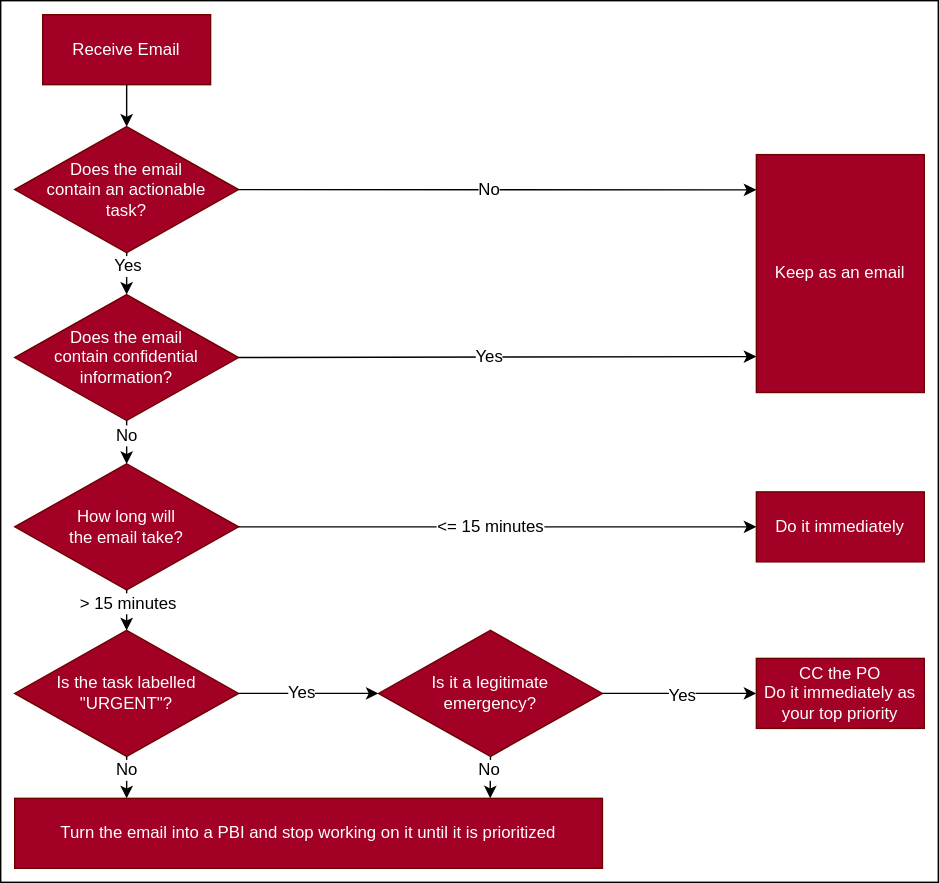
Before: rules/turn-emails-into-pbis/urgent-flowchart.drawio.svg, a diagram exported from draw.io (SSWConsulting/SSW.Rules.Content). Source tidied: cells renumbered, new cells last; positions are measured from the earlier drawing's top-left corner, leaving out a move shared by most shapes.
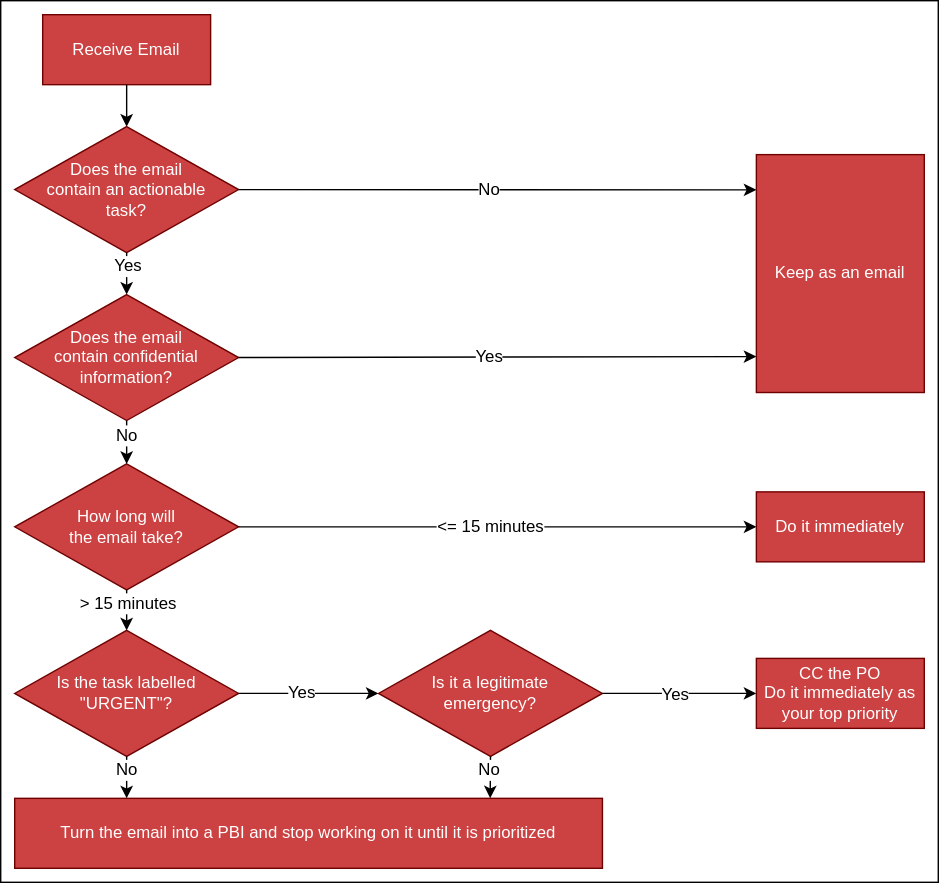
The same file after the commit.

Commit message:
Corrects red of flow chart.

What changed in the source:
```diff
@@ -5,13 +5,13 @@
     <mxCell id="2" style="rounded=0;whiteSpace=wrap;html=1;" parent="1" vertex="1">
       <mxGeometry width="670" height="630" as="geometry" />
     </mxCell>
-    <mxCell id="3" value="Receive Email" style="rounded=0;whiteSpace=wrap;html=1;fillColor=#a20025;fontColor=#ffffff;strokeColor=#6F0000;" parent="1" vertex="1">
+    <mxCell id="3" value="Receive Email" style="rounded=0;whiteSpace=wrap;html=1;fillColor=#CC4141;fontColor=#ffffff;strokeColor=#6F0000;" parent="1" vertex="1">
       <mxGeometry x="30" y="10" width="120" height="50" as="geometry" />
     </mxCell>
-    <mxCell id="4" value="How long will&lt;br&gt;the email take?" style="rhombus;whiteSpace=wrap;html=1;fillColor=#a20025;fontColor=#ffffff;strokeColor=#6F0000;" parent="1" vertex="1">
+    <mxCell id="4" value="How long will&lt;br&gt;the email take?" style="rhombus;whiteSpace=wrap;html=1;fillColor=#CC4141;fontColor=#ffffff;strokeColor=#6F0000;" parent="1" vertex="1">
       <mxGeometry x="10" y="331" width="160" height="90" as="geometry" />
     </mxCell>
-    <mxCell id="5" value="Do it immediately" style="rounded=0;whiteSpace=wrap;html=1;fillColor=#a20025;fontColor=#ffffff;strokeColor=#6F0000;" parent="1" vertex="1">
+    <mxCell id="5" value="Do it immediately" style="rounded=0;whiteSpace=wrap;html=1;fillColor=#CC4141;fontColor=#ffffff;strokeColor=#6F0000;" parent="1" vertex="1">
       <mxGeometry x="540" y="351" width="120" height="50" as="geometry" />
     </mxCell>
     <mxCell id="6" style="endArrow=classic;html=1;exitX=1;exitY=0.5;exitDx=0;exitDy=0;entryX=0;entryY=0.5;entryDx=0;entryDy=0;" parent="1" edge="1" source="4" target="5">
@@ -25,7 +25,7 @@
     <mxCell id="8" style="endArrow=classic;html=1;exitX=0.5;exitY=1;exitDx=0;exitDy=0;entryX=0.5;entryY=0;entryDx=0;entryDy=0;" parent="1" edge="1" source="3" target="24">
       <mxGeometry relative="1" as="geometry" />
     </mxCell>
-    <mxCell id="9" value="Is the task labelled&lt;br&gt;&quot;URGENT&quot;?" style="rhombus;whiteSpace=wrap;html=1;fillColor=#a20025;fontColor=#ffffff;strokeColor=#6F0000;" parent="1" vertex="1">
+    <mxCell id="9" value="Is the task labelled&lt;br&gt;&quot;URGENT&quot;?" style="rhombus;whiteSpace=wrap;html=1;fillColor=#CC4141;fontColor=#ffffff;strokeColor=#6F0000;" parent="1" vertex="1">
       <mxGeometry x="10" y="450" width="160" height="90" as="geometry" />
     </mxCell>
     <mxCell id="10" style="endArrow=classic;html=1;entryX=0.5;entryY=0;entryDx=0;entryDy=0;exitX=0.5;exitY=1;exitDx=0;exitDy=0;" parent="1" edge="1" source="4" target="9">
@@ -36,7 +36,7 @@
         <mxPoint y="-12" as="offset" />
       </mxGeometry>
     </mxCell>
-    <mxCell id="12" value="Is it a legitimate&lt;br&gt;emergency?" style="rhombus;whiteSpace=wrap;html=1;fillColor=#a20025;fontColor=#ffffff;strokeColor=#6F0000;" parent="1" vertex="1">
+    <mxCell id="12" value="Is it a legitimate&lt;br&gt;emergency?" style="rhombus;whiteSpace=wrap;html=1;fillColor=#CC4141;fontColor=#ffffff;strokeColor=#6F0000;" parent="1" vertex="1">
       <mxGeometry x="270" y="450" width="160" height="90" as="geometry" />
     </mxCell>
     <mxCell id="13" style="endArrow=classic;html=1;exitX=1;exitY=0.5;exitDx=0;exitDy=0;entryX=0;entryY=0.5;entryDx=0;entryDy=0;" parent="1" edge="1" source="9" target="12">
@@ -47,7 +47,7 @@
         <mxPoint x="22" as="offset" />
       </mxGeometry>
     </mxCell>
-    <mxCell id="15" value="CC the PO&lt;br&gt;Do it immediately as your top priority" style="rounded=0;whiteSpace=wrap;html=1;fillColor=#a20025;fontColor=#ffffff;strokeColor=#6F0000;" parent="1" vertex="1">
+    <mxCell id="15" value="CC the PO&lt;br&gt;Do it immediately as your top priority" style="rounded=0;whiteSpace=wrap;html=1;fillColor=#CC4141;fontColor=#ffffff;strokeColor=#6F0000;" parent="1" vertex="1">
       <mxGeometry x="540" y="470" width="120" height="50" as="geometry" />
     </mxCell>
     <mxCell id="16" style="endArrow=classic;html=1;exitX=1;exitY=0.5;exitDx=0;exitDy=0;entryX=0;entryY=0.5;entryDx=0;entryDy=0;" parent="1" edge="1" source="12" target="15">
@@ -55,10 +55,10 @@
     </mxCell>
     <mxCell id="17" value="Yes" style="edgeLabel;html=1;align=center;verticalAlign=middle;fontSize=12;" parent="16" vertex="1">
       <mxGeometry x="0.46" y="-1" relative="1" as="geometry">
-        <mxPoint x="-24" as="offset" />
+        <mxPoint x="-29" y="-1" as="offset" />
       </mxGeometry>
     </mxCell>
-    <mxCell id="18" value="Turn the email into a PBI and stop working on it until it is prioritized" style="rounded=0;whiteSpace=wrap;html=1;fillColor=#a20025;fontColor=#ffffff;strokeColor=#6F0000;" parent="1" vertex="1">
+    <mxCell id="18" value="Turn the email into a PBI and stop working on it until it is prioritized" style="rounded=0;whiteSpace=wrap;html=1;fillColor=#CC4141;fontColor=#ffffff;strokeColor=#6F0000;" parent="1" vertex="1">
       <mxGeometry x="10" y="570" width="420" height="50" as="geometry" />
     </mxCell>
     <mxCell id="19" style="endArrow=classic;html=1;exitX=0.5;exitY=1;exitDx=0;exitDy=0;" parent="1" edge="1" source="9">
@@ -79,10 +79,10 @@
         <mxPoint x="-3" y="-12" as="offset" />
       </mxGeometry>
     </mxCell>
-    <mxCell id="23" value="Does the email&lt;br&gt;contain confidential &lt;br&gt;information?" style="rhombus;whiteSpace=wrap;html=1;fillColor=#a20025;fontColor=#ffffff;strokeColor=#6F0000;" parent="1" vertex="1">
+    <mxCell id="23" value="Does the email&lt;br&gt;contain confidential &lt;br&gt;information?" style="rhombus;whiteSpace=wrap;html=1;fillColor=#CC4141;fontColor=#ffffff;strokeColor=#6F0000;" parent="1" vertex="1">
       <mxGeometry x="10" y="210" width="160" height="90" as="geometry" />
     </mxCell>
-    <mxCell id="24" value="Does the email&lt;br&gt;contain an actionable&lt;br&gt;task?" style="rhombus;whiteSpace=wrap;html=1;fillColor=#a20025;fontColor=#ffffff;strokeColor=#6F0000;" parent="1" vertex="1">
+    <mxCell id="24" value="Does the email&lt;br&gt;contain an actionable&lt;br&gt;task?" style="rhombus;whiteSpace=wrap;html=1;fillColor=#CC4141;fontColor=#ffffff;strokeColor=#6F0000;" parent="1" vertex="1">
       <mxGeometry x="10" y="90" width="160" height="90" as="geometry" />
     </mxCell>
     <mxCell id="25" style="endArrow=classic;html=1;fontSize=12;exitX=0.5;exitY=1;exitDx=0;exitDy=0;entryX=0.5;entryY=0;entryDx=0;entryDy=0;" parent="1" edge="1" source="24" target="23">
@@ -101,7 +101,7 @@
         <mxPoint y="2" as="offset" />
       </mxGeometry>
     </mxCell>
-    <mxCell id="29" value="Keep as an email" style="rounded=0;whiteSpace=wrap;html=1;fillColor=#a20025;fontColor=#ffffff;strokeColor=#6F0000;" parent="1" vertex="1">
+    <mxCell id="29" value="Keep as an email" style="rounded=0;whiteSpace=wrap;html=1;fillColor=#CC4141;fontColor=#ffffff;strokeColor=#6F0000;" parent="1" vertex="1">
       <mxGeometry x="540" y="110" width="120" height="170" as="geometry" />
     </mxCell>
     <mxCell id="30" style="endArrow=classic;html=1;fontSize=12;exitX=1;exitY=0.5;exitDx=0;exitDy=0;entryX=0;entryY=0.849;entryDx=0;entryDy=0;entryPerimeter=0;" parent="1" edge="1" source="23" target="29">
```
